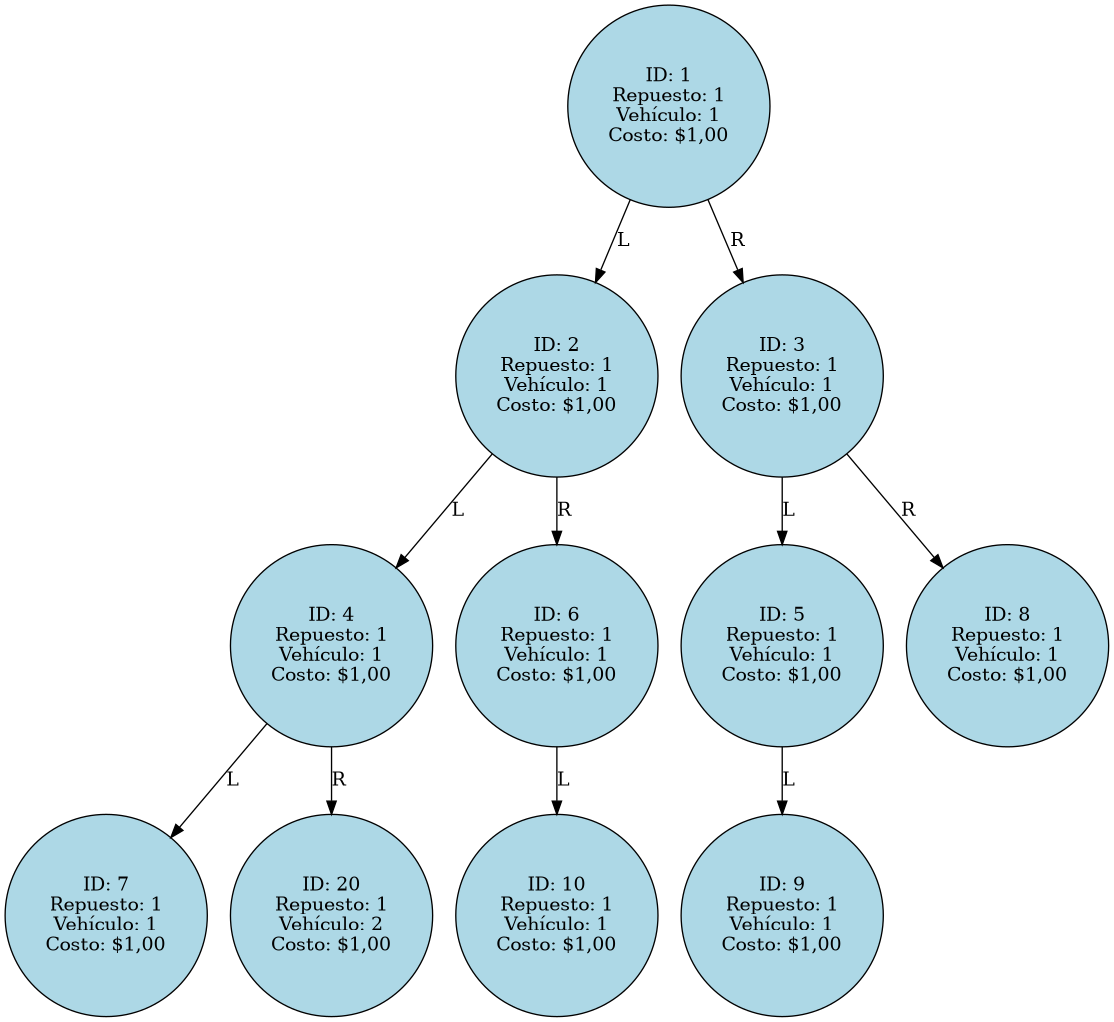
Above: FASE#2/AutoGest/reports/Servicios.png in EstebanTrampe01/-EDD-1S2025_202300431 (Graphviz), before the change. Its source is kept beside it as FASE#2/AutoGest/reports/Servicios.dot.
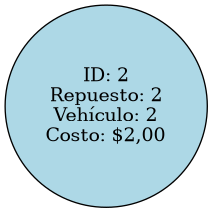
The same diagram one commit later.

What changed in the source:
```diff
@@ -1,25 +1,5 @@
 digraph G {
 node [shape=circle, style=filled, fillcolor=lightblue];
 rankdir=TB;
-node1 [label="ID: 1\nRepuesto: 1\nVehículo: 1\nCosto: $1,00"];
-node2 [label="ID: 2\nRepuesto: 1\nVehículo: 1\nCosto: $1,00"];
-node4 [label="ID: 4\nRepuesto: 1\nVehículo: 1\nCosto: $1,00"];
-node7 [label="ID: 7\nRepuesto: 1\nVehículo: 1\nCosto: $1,00"];
-node20 [label="ID: 20\nRepuesto: 1\nVehículo: 2\nCosto: $1,00"];
-node6 [label="ID: 6\nRepuesto: 1\nVehículo: 1\nCosto: $1,00"];
-node10 [label="ID: 10\nRepuesto: 1\nVehículo: 1\nCosto: $1,00"];
-node3 [label="ID: 3\nRepuesto: 1\nVehículo: 1\nCosto: $1,00"];
-node5 [label="ID: 5\nRepuesto: 1\nVehículo: 1\nCosto: $1,00"];
-node9 [label="ID: 9\nRepuesto: 1\nVehículo: 1\nCosto: $1,00"];
-node8 [label="ID: 8\nRepuesto: 1\nVehículo: 1\nCosto: $1,00"];
-node1 -> node2 [label="L"];
-node1 -> node3 [label="R"];
-node2 -> node4 [label="L"];
-node2 -> node6 [label="R"];
-node4 -> node7 [label="L"];
-node4 -> node20 [label="R"];
-node6 -> node10 [label="L"];
-node3 -> node5 [label="L"];
-node3 -> node8 [label="R"];
-node5 -> node9 [label="L"];
+node2 [label="ID: 2\nRepuesto: 2\nVehículo: 2\nCosto: $2,00"];
 }
```
